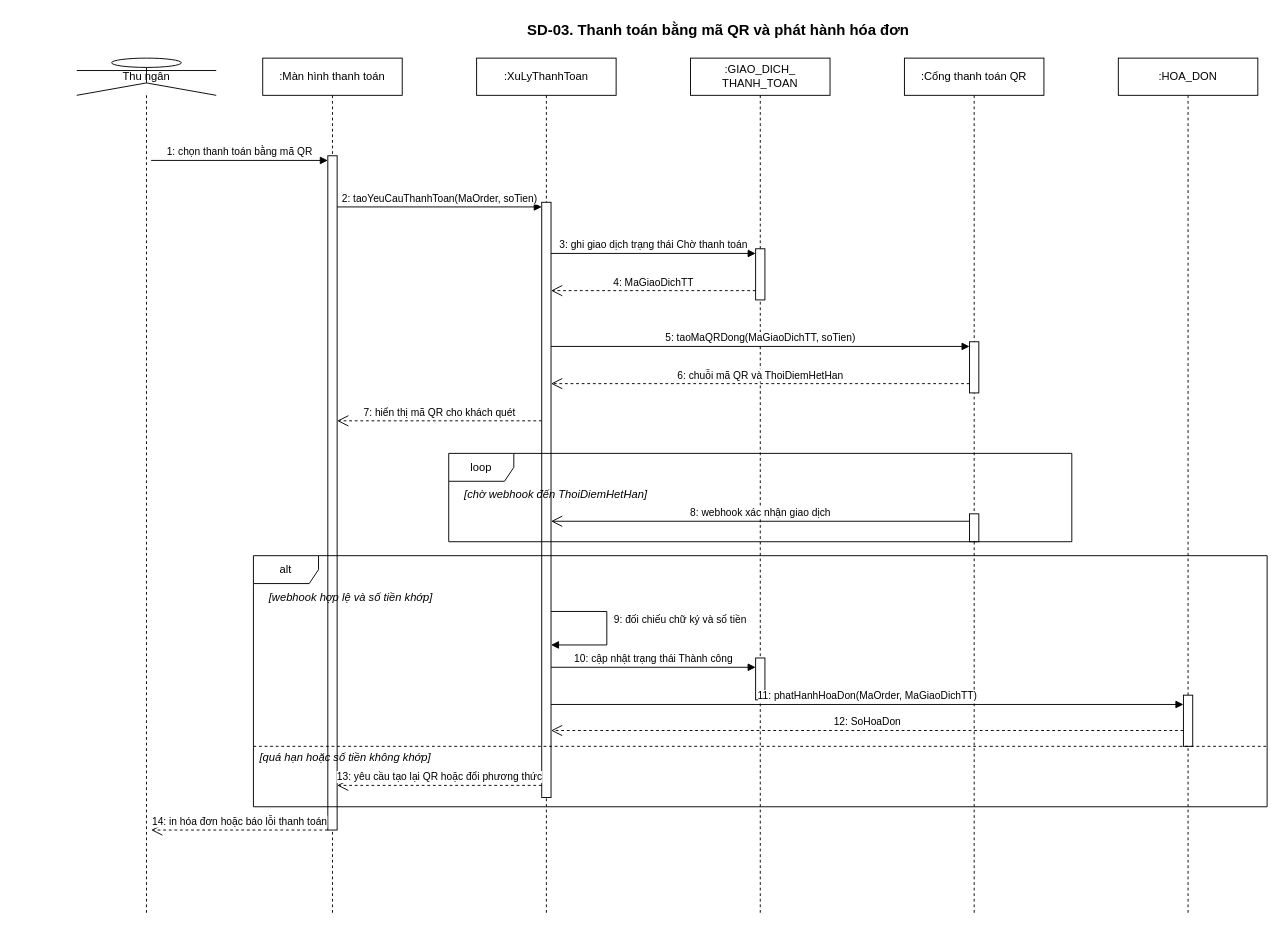
Before: page "SD-03a. Thanh toán bằng mã QR (tự động)" (3 of 6) of docs/SequenceDiagram_HeThongQuanLyNhaHang.drawio in nminhzzz/restaurant-management-ai, a draw.io diagram. Source tidied: cells renumbered, new cells numbered last; positions are measured from the earlier drawing's top-left corner, leaving out a move shared by most shapes. Both pictures are drawn from the tidied source at 93%, with x=0, y=0 at pixel (76, 16).
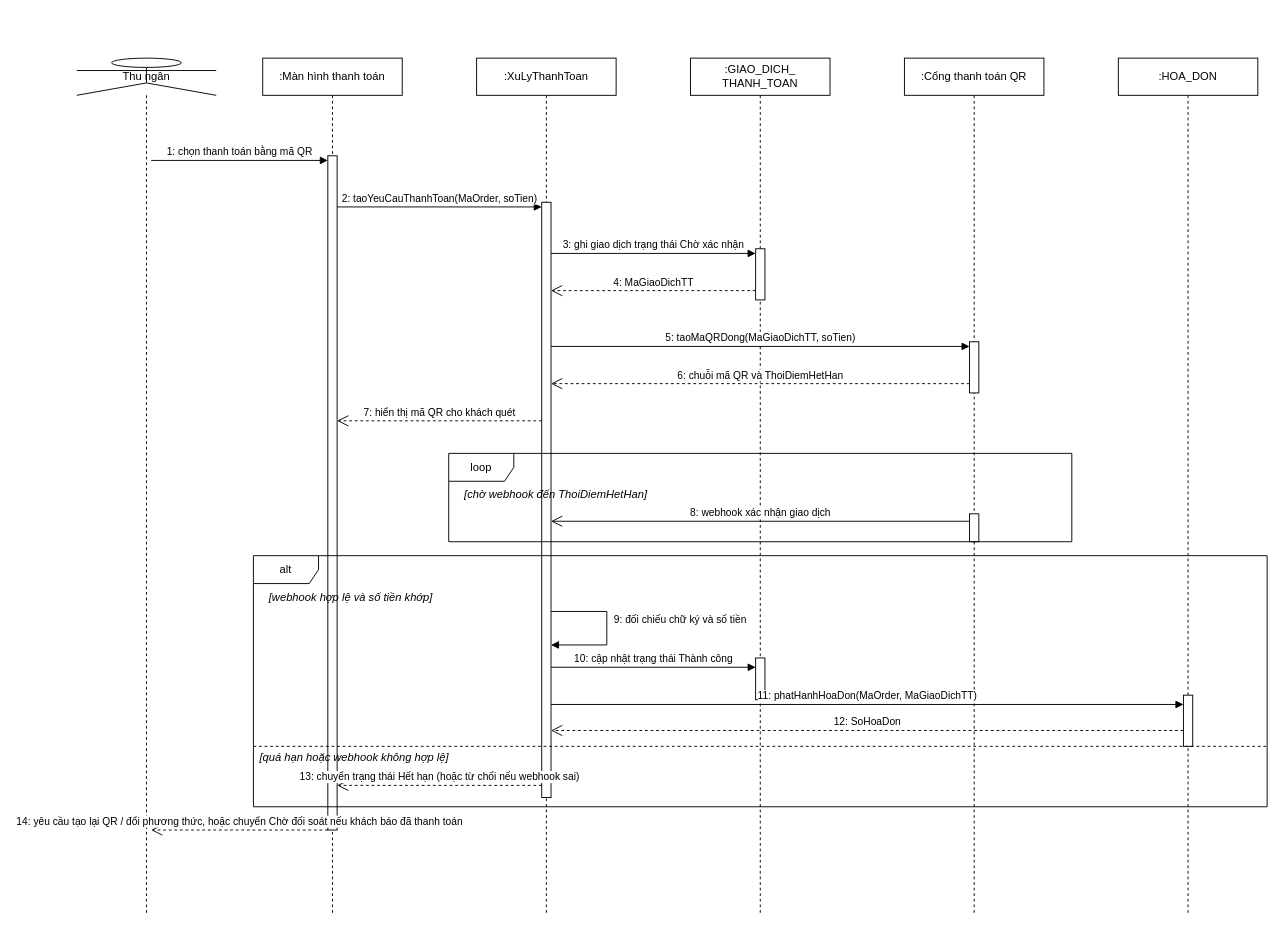
After the change.

Change to the diagram source:
```diff
@@
-    <mxCell id="2" value="&lt;b&gt;&lt;font style=&quot;font-size: 16px;&quot;&gt;SD-03. Thanh toán bằng mã QR và phát hành hóa đơn&lt;/font&gt;&lt;/b&gt;" style="text;html=1;align=center;verticalAlign=middle;whiteSpace=wrap;rounded=0;" parent="1" vertex="1">
-      <mxGeometry x="380" width="620" height="30" as="geometry" />
-    </mxCell>
@@
-    <mxCell id="18" value="3: ghi giao dịch trạng thái Chờ thanh toán" style="html=1;verticalAlign=bottom;endArrow=block;rounded=0;endFill=1;" parent="1" edge="1">
+    <mxCell id="18" value="3: ghi giao dịch trạng thái Chờ xác nhận" style="html=1;verticalAlign=bottom;endArrow=block;rounded=0;endFill=1;" parent="1" edge="1">
       <mxGeometry relative="1" as="geometry">
         <mxPoint x="510" y="255" as="sourcePoint" />
         <mxPoint x="730" y="255" as="targetPoint" />
       </mxGeometry>
     </mxCell>
@@
-    <mxCell id="33" value="[quá hạn hoặc số tiền không khớp]" style="text;html=1;align=left;verticalAlign=middle;whiteSpace=wrap;rounded=0;fontStyle=2;" parent="1" vertex="1">
+    <mxCell id="33" value="[quá hạn hoặc webhook không hợp lệ]" style="text;html=1;align=left;verticalAlign=middle;whiteSpace=wrap;rounded=0;fontStyle=2;" parent="1" vertex="1">
       <mxGeometry x="195" y="785" width="320" height="24" as="geometry" />
     </mxCell>
-    <mxCell id="34" value="13: yêu cầu tạo lại QR hoặc đổi phương thức" style="html=1;verticalAlign=bottom;endArrow=open;endSize=10;dashed=1;rounded=0;" parent="1" edge="1">
+    <mxCell id="34" value="13: chuyển trạng thái Hết hạn (hoặc từ chối nếu webhook sai)" style="html=1;verticalAlign=bottom;endArrow=open;endSize=10;dashed=1;rounded=0;" parent="1" edge="1">
       <mxGeometry relative="1" as="geometry">
         <mxPoint x="500" y="827" as="sourcePoint" />
         <mxPoint x="280" y="827" as="targetPoint" />
       </mxGeometry>
     </mxCell>
-    <mxCell id="35" value="14: in hóa đơn hoặc báo lỗi thanh toán" style="html=1;verticalAlign=bottom;endArrow=open;endSize=10;dashed=1;rounded=0;" parent="1" edge="1">
+    <mxCell id="35" value="14: yêu cầu tạo lại QR / đổi phương thức, hoặc chuyển Chờ đối soát nếu khách báo đã thanh toán" style="html=1;verticalAlign=bottom;endArrow=open;endSize=10;dashed=1;rounded=0;" parent="1" edge="1">
       <mxGeometry relative="1" as="geometry">
         <mxPoint x="270" y="875" as="sourcePoint" />
         <mxPoint x="80" y="875" as="targetPoint" />
       </mxGeometry>
     </mxCell>
```
